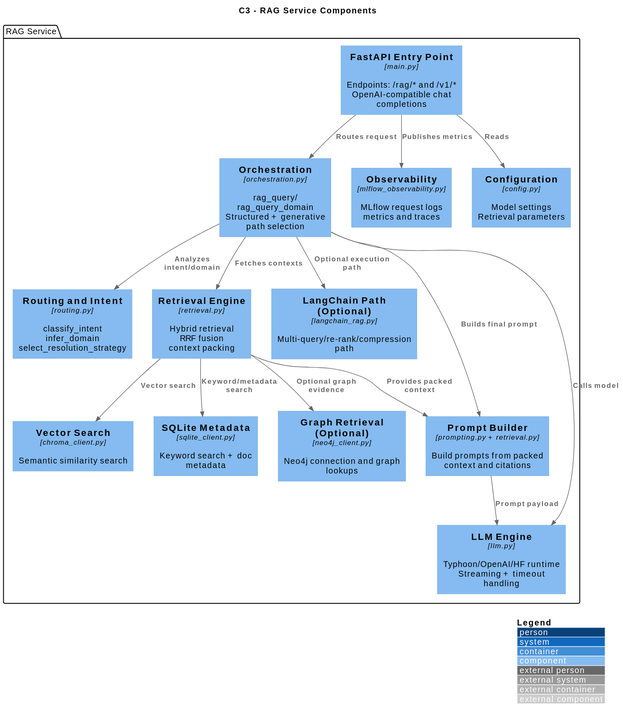
The PlantUML diagram docs/rendered/Backend_C3_RAG_Components.svg in KKOIDF/CPE-CHAT-0.0.2, before a commit. Source of this version:
```plantuml
@startuml
!include https://raw.githubusercontent.com/plantuml-stdlib/C4-PlantUML/master/C4_Component.puml

LAYOUT_WITH_LEGEND()

title C3 - RAG Service Components

package "RAG Service" as rag_container {
    Component(rag_main, "FastAPI Entry Point", "main.py", "Endpoints: /rag/* and /v1/*\nOpenAI-compatible chat completions")

    Component(orchestration, "Orchestration", "orchestration.py", "rag_query/ rag_query_domain\nStructured + generative path selection")
    Component(routing, "Routing and Intent", "routing.py", "classify_intent\ninfer_domain\nselect_resolution_strategy")
    Component(retrieval, "Retrieval Engine", "retrieval.py", "Hybrid retrieval\nRRF fusion\ncontext packing")
    Component(langchain_flow, "LangChain Path (Optional)", "langchain_rag.py", "Multi-query/re-rank/compression path")

    Component(chroma_rag, "Vector Search", "chroma_client.py", "Semantic similarity search")
    Component(metadata_engine, "SQLite Metadata", "sqlite_client.py", "Keyword search + doc metadata")
    Component(graph_lookup, "Graph Retrieval (Optional)", "neo4j_client.py", "Neo4j connection and graph lookups")

    Component(prompt_builder, "Prompt Builder", "prompting.py + retrieval.py", "Build prompts from packed context and citations")
    Component(llm_interface, "LLM Engine", "llm.py", "Typhoon/OpenAI/HF runtime\nStreaming + timeout handling")
    Component(observability, "Observability", "mlflow_observability.py", "MLflow request logs\nmetrics and traces")

    Component(config_rag, "Configuration", "config.py", "Model settings\nRetrieval parameters")
}

Rel(rag_main, orchestration, "Routes request")
Rel(rag_main, config_rag, "Reads")
Rel(rag_main, observability, "Publishes metrics")

Rel(orchestration, routing, "Analyzes intent/domain")
Rel(orchestration, retrieval, "Fetches contexts")
Rel(orchestration, prompt_builder, "Builds final prompt")
Rel(orchestration, llm_interface, "Calls model")
Rel(orchestration, langchain_flow, "Optional execution path")

Rel(retrieval, chroma_rag, "Vector search")
Rel(retrieval, metadata_engine, "Keyword/metadata search")
Rel(retrieval, graph_lookup, "Optional graph evidence")
Rel(retrieval, prompt_builder, "Provides packed context")

Rel(prompt_builder, llm_interface, "Prompt payload")
@enduml
```
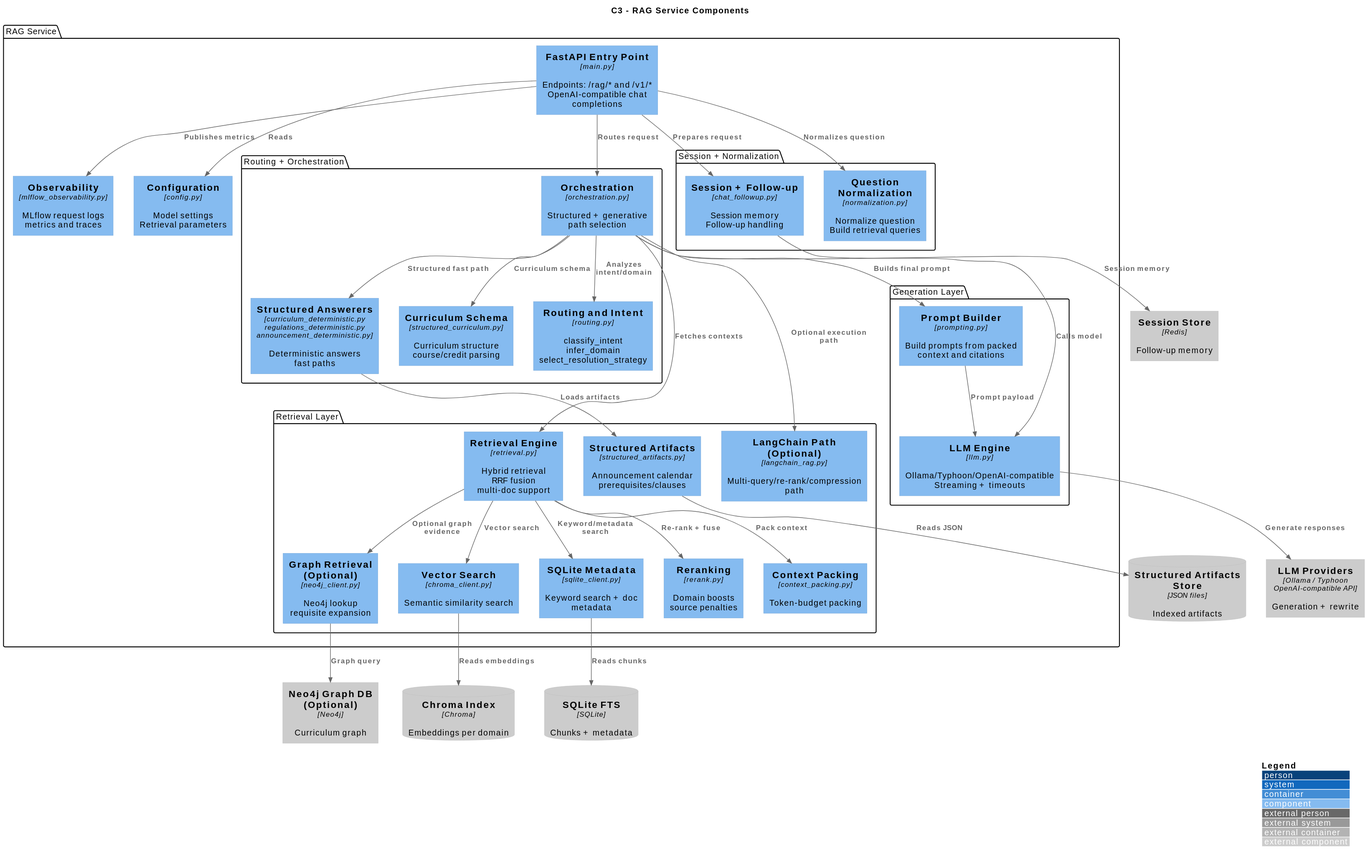
The same file after the commit.

What changed in the source:
```diff
@@ -1,5 +1,5 @@
 @startuml
-!include https://raw.githubusercontent.com/plantuml-stdlib/C4-PlantUML/master/C4_Component.puml
+!include <C4/C4_Component>
 
 LAYOUT_WITH_LEGEND()
 
@@ -8,36 +8,74 @@
 package "RAG Service" as rag_container {
     Component(rag_main, "FastAPI Entry Point", "main.py", "Endpoints: /rag/* and /v1/*\nOpenAI-compatible chat completions")
 
-    Component(orchestration, "Orchestration", "orchestration.py", "rag_query/ rag_query_domain\nStructured + generative path selection")
-    Component(routing, "Routing and Intent", "routing.py", "classify_intent\ninfer_domain\nselect_resolution_strategy")
-    Component(retrieval, "Retrieval Engine", "retrieval.py", "Hybrid retrieval\nRRF fusion\ncontext packing")
-    Component(langchain_flow, "LangChain Path (Optional)", "langchain_rag.py", "Multi-query/re-rank/compression path")
+    package "Session + Normalization" as session_layer {
+        Component(chat_followup, "Session + Follow-up", "chat_followup.py", "Session memory\nFollow-up handling")
+        Component(normalization, "Question Normalization", "normalization.py", "Normalize question\nBuild retrieval queries")
+    }
 
-    Component(chroma_rag, "Vector Search", "chroma_client.py", "Semantic similarity search")
-    Component(metadata_engine, "SQLite Metadata", "sqlite_client.py", "Keyword search + doc metadata")
-    Component(graph_lookup, "Graph Retrieval (Optional)", "neo4j_client.py", "Neo4j connection and graph lookups")
+    package "Routing + Orchestration" as query_layer {
+        Component(orchestration, "Orchestration", "orchestration.py", "Structured + generative path selection")
+        Component(routing, "Routing and Intent", "routing.py", "classify_intent\ninfer_domain\nselect_resolution_strategy")
+        Component(structured_answers, "Structured Answerers", "curriculum_deterministic.py\nregulations_deterministic.py\nannouncement_deterministic.py", "Deterministic answers\nfast paths")
+        Component(structured_schema, "Curriculum Schema", "structured_curriculum.py", "Curriculum structure\ncourse/credit parsing")
+    }
 
-    Component(prompt_builder, "Prompt Builder", "prompting.py + retrieval.py", "Build prompts from packed context and citations")
-    Component(llm_interface, "LLM Engine", "llm.py", "Typhoon/OpenAI/HF runtime\nStreaming + timeout handling")
+    package "Retrieval Layer" as retrieval {
+        Component(retrieval_engine, "Retrieval Engine", "retrieval.py", "Hybrid retrieval\nRRF fusion\nmulti-doc support")
+        Component(chroma_rag, "Vector Search", "chroma_client.py", "Semantic similarity search")
+        Component(metadata_engine, "SQLite Metadata", "sqlite_client.py", "Keyword search + doc metadata")
+        Component(rerank, "Reranking", "rerank.py", "Domain boosts\nsource penalties")
+        Component(context_packing, "Context Packing", "context_packing.py", "Token-budget packing")
+        Component(graph_lookup, "Graph Retrieval (Optional)", "neo4j_client.py", "Neo4j lookup\nrequisite expansion")
+        Component(langchain_flow, "LangChain Path (Optional)", "langchain_rag.py", "Multi-query/re-rank/compression path")
+        Component(artifact_loader, "Structured Artifacts", "structured_artifacts.py", "Announcement calendar\nprerequisites/clauses")
+    }
+
+    package "Generation Layer" as generation {
+        Component(prompt_builder, "Prompt Builder", "prompting.py", "Build prompts from packed context and citations")
+        Component(llm_interface, "LLM Engine", "llm.py", "Ollama/Typhoon/OpenAI-compatible\nStreaming + timeouts")
+    }
+
     Component(observability, "Observability", "mlflow_observability.py", "MLflow request logs\nmetrics and traces")
-
     Component(config_rag, "Configuration", "config.py", "Model settings\nRetrieval parameters")
 }
+
+ComponentDb_Ext(chroma_store, "Chroma Index", "Chroma", "Embeddings per domain")
+ComponentDb_Ext(sqlite_store, "SQLite FTS", "SQLite", "Chunks + metadata")
+ComponentDb_Ext(artifact_store, "Structured Artifacts Store", "JSON files", "Indexed artifacts")
+Component_Ext(neo4j_store, "Neo4j Graph DB (Optional)", "Neo4j", "Curriculum graph")
+Component_Ext(redis_store, "Session Store", "Redis", "Follow-up memory")
+Component_Ext(llm_provider, "LLM Providers", "Ollama / Typhoon\nOpenAI-compatible API", "Generation + rewrite")
 
 Rel(rag_main, orchestration, "Routes request")
 Rel(rag_main, config_rag, "Reads")
 Rel(rag_main, observability, "Publishes metrics")
+Rel(rag_main, chat_followup, "Prepares request")
+Rel(rag_main, normalization, "Normalizes question")
+
+Rel(chat_followup, redis_store, "Session memory")
 
 Rel(orchestration, routing, "Analyzes intent/domain")
-Rel(orchestration, retrieval, "Fetches contexts")
+Rel(orchestration, structured_answers, "Structured fast path")
+Rel(orchestration, structured_schema, "Curriculum schema")
+Rel(orchestration, retrieval_engine, "Fetches contexts")
 Rel(orchestration, prompt_builder, "Builds final prompt")
 Rel(orchestration, llm_interface, "Calls model")
 Rel(orchestration, langchain_flow, "Optional execution path")
 
-Rel(retrieval, chroma_rag, "Vector search")
-Rel(retrieval, metadata_engine, "Keyword/metadata search")
-Rel(retrieval, graph_lookup, "Optional graph evidence")
-Rel(retrieval, prompt_builder, "Provides packed context")
+Rel(structured_answers, artifact_loader, "Loads artifacts")
+
+Rel(retrieval_engine, chroma_rag, "Vector search")
+Rel(retrieval_engine, metadata_engine, "Keyword/metadata search")
+Rel(retrieval_engine, rerank, "Re-rank + fuse")
+Rel(retrieval_engine, context_packing, "Pack context")
+Rel(retrieval_engine, graph_lookup, "Optional graph evidence")
+
+Rel(chroma_rag, chroma_store, "Reads embeddings")
+Rel(metadata_engine, sqlite_store, "Reads chunks")
+Rel(artifact_loader, artifact_store, "Reads JSON")
+Rel(graph_lookup, neo4j_store, "Graph query")
 
 Rel(prompt_builder, llm_interface, "Prompt payload")
+Rel(llm_interface, llm_provider, "Generate responses")
 @enduml
```
